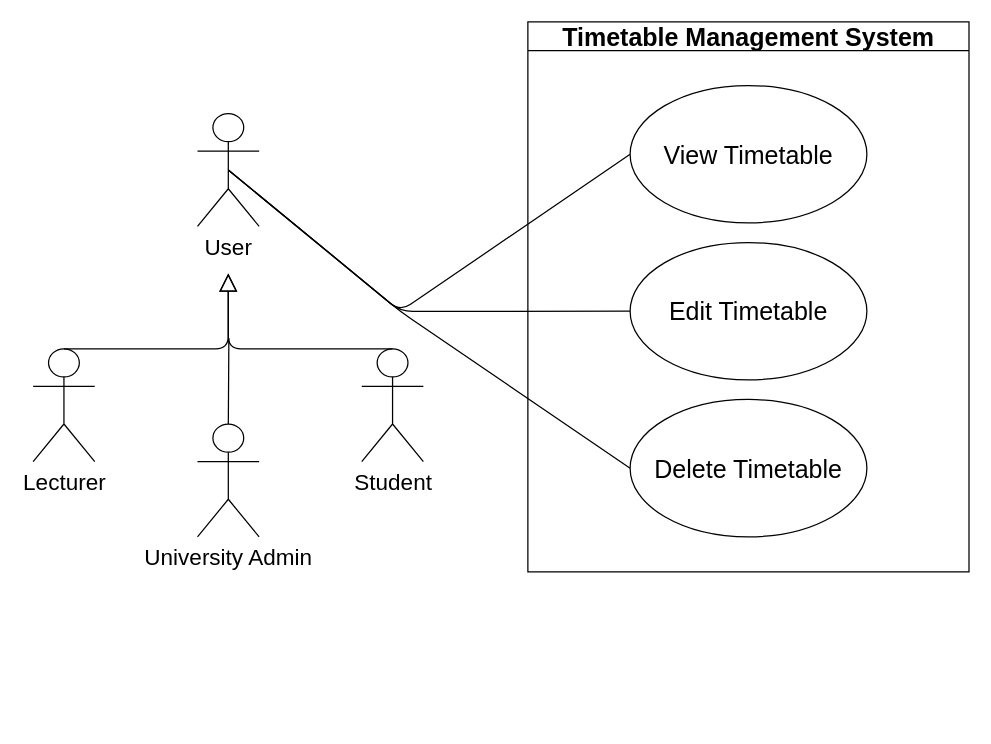
The draw.io diagram page "Timetable Management" (4 of 16) of docs/diagrams/requirements/Requirements.drawio in COS301-SE-2026/UMTAS, before the edit. Source tidied: cells renumbered, new cells numbered last; positions are measured from the earlier drawing's top-left corner, leaving out a move shared by most shapes. Both pictures are drawn from the tidied source at 125%, with x=0, y=0 at pixel (32, 21).
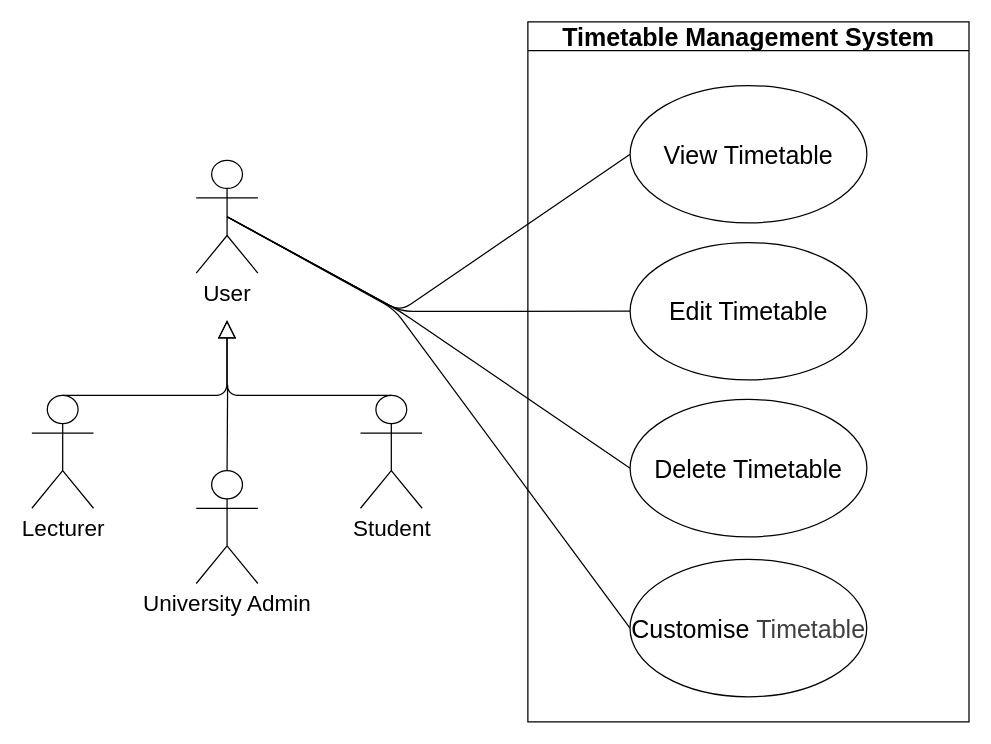
The same diagram, later.

Diff of the diagram source:
```diff
@@
-    <mxCell id="2" style="group;" parent="1" vertex="1">
-      <mxGeometry width="748.8" height="440" as="geometry" />
-    </mxCell>
+    <mxCell id="17" style="group;" parent="1" vertex="1">
+      <mxGeometry x="-1" width="749.8" height="560" as="geometry" />
+    </mxCell>
-    <mxCell id="3" value="&lt;font style=&quot;font-size: 20px;&quot;&gt;Timetable Management System&lt;/font&gt;" style="swimlane;whiteSpace=wrap;html=1;" parent="2" vertex="1">
-      <mxGeometry x="395.8" width="352.9" height="440" as="geometry" />
+    <mxCell id="3" value="&lt;font style=&quot;font-size: 20px;&quot;&gt;Timetable Management System&lt;/font&gt;" style="swimlane;whiteSpace=wrap;html=1;" parent="17" vertex="1">
+      <mxGeometry x="396.8" width="352.9" height="560" as="geometry" />
     </mxCell>
+    <mxCell id="18" value="&lt;font style=&quot;font-size: 20px;&quot;&gt;Customise&amp;nbsp;&lt;/font&gt;&lt;span style=&quot;color: rgb(63, 63, 63); font-size: 20px; background-color: transparent;&quot;&gt;Timetable&lt;/span&gt;" style="ellipse;whiteSpace=wrap;html=1;" parent="3" vertex="1">
+      <mxGeometry x="81.7" y="430" width="189.4" height="109.9" as="geometry" />
+    </mxCell>
-    <mxCell id="4" style="endArrow=none;html=1;exitX=0.5;exitY=0.5;exitDx=0;exitDy=0;exitPerimeter=0;entryX=0;entryY=0.5;entryDx=0;entryDy=0;" parent="2" edge="1" source="6" target="16">
+    <mxCell id="4" style="endArrow=none;html=1;exitX=0.5;exitY=0.5;exitDx=0;exitDy=0;exitPerimeter=0;entryX=0;entryY=0.5;entryDx=0;entryDy=0;" parent="17" edge="1" source="6" target="16">
       <mxGeometry relative="1" as="geometry">
         <Array as="points">
-          <mxPoint x="293.7" y="231.6" />
+          <mxPoint x="294.7" y="231.6" />
         </Array>
       </mxGeometry>
     </mxCell>
-    <mxCell id="5" style="endArrow=none;html=1;exitX=0.5;exitY=0;exitDx=0;exitDy=0;exitPerimeter=0;" parent="2" edge="1" source="8">
+    <mxCell id="5" style="endArrow=none;html=1;exitX=0.5;exitY=0;exitDx=0;exitDy=0;exitPerimeter=0;" parent="17" edge="1" source="8">
       <mxGeometry relative="1" as="geometry">
-        <mxPoint x="156.6" y="252.9" as="targetPoint" />
+        <mxPoint x="156.6" y="290.2" as="targetPoint" />
       </mxGeometry>
     </mxCell>
-    <mxCell id="6" value="&lt;font style=&quot;font-size: 18px;&quot;&gt;User&lt;/font&gt;" style="shape=umlActor;verticalLabelPosition=bottom;verticalAlign=top;html=1;outlineConnect=0;" parent="2" vertex="1">
-      <mxGeometry x="131.5" y="73.3" width="49.3" height="90.3" as="geometry" />
+    <mxCell id="6" value="&lt;font style=&quot;font-size: 18px;&quot;&gt;User&lt;/font&gt;" style="shape=umlActor;verticalLabelPosition=bottom;verticalAlign=top;html=1;outlineConnect=0;" parent="17" vertex="1">
+      <mxGeometry x="131.5" y="110.7" width="49.3" height="90.3" as="geometry" />
     </mxCell>
-    <mxCell id="7" value="&lt;font style=&quot;font-size: 18px;&quot;&gt;Lecturer&lt;/font&gt;" style="shape=umlActor;verticalLabelPosition=bottom;verticalAlign=top;html=1;outlineConnect=0;" parent="2" vertex="1">
-      <mxGeometry y="261.5" width="49.3" height="90.3" as="geometry" />
+    <mxCell id="7" value="&lt;font style=&quot;font-size: 18px;&quot;&gt;Lecturer&lt;/font&gt;" style="shape=umlActor;verticalLabelPosition=bottom;verticalAlign=top;html=1;outlineConnect=0;" parent="17" vertex="1">
+      <mxGeometry y="298.8" width="49.3" height="90.3" as="geometry" />
     </mxCell>
-    <mxCell id="8" value="&lt;font style=&quot;font-size: 18px;&quot;&gt;University Admin&lt;/font&gt;" style="shape=umlActor;verticalLabelPosition=bottom;verticalAlign=top;html=1;outlineConnect=0;" parent="2" vertex="1">
-      <mxGeometry x="131.5" y="321.7" width="49.3" height="90.3" as="geometry" />
+    <mxCell id="8" value="&lt;font style=&quot;font-size: 18px;&quot;&gt;University Admin&lt;/font&gt;" style="shape=umlActor;verticalLabelPosition=bottom;verticalAlign=top;html=1;outlineConnect=0;" parent="17" vertex="1">
+      <mxGeometry x="131.5" y="359" width="49.3" height="90.3" as="geometry" />
     </mxCell>
-    <mxCell id="9" value="&lt;font style=&quot;font-size: 18px;&quot;&gt;Student&lt;/font&gt;" style="shape=umlActor;verticalLabelPosition=bottom;verticalAlign=top;html=1;outlineConnect=0;" parent="2" vertex="1">
-      <mxGeometry x="262.9" y="261.5" width="49.3" height="90.3" as="geometry" />
+    <mxCell id="9" value="&lt;font style=&quot;font-size: 18px;&quot;&gt;Student&lt;/font&gt;" style="shape=umlActor;verticalLabelPosition=bottom;verticalAlign=top;html=1;outlineConnect=0;" parent="17" vertex="1">
+      <mxGeometry x="262.9" y="298.8" width="49.3" height="90.3" as="geometry" />
     </mxCell>
-    <mxCell id="10" style="edgeStyle=none;html=1;endSize=12;endArrow=block;endFill=0;exitX=0.5;exitY=0;exitDx=0;exitDy=0;exitPerimeter=0;" parent="2" edge="1" source="7">
+    <mxCell id="10" style="edgeStyle=none;html=1;endSize=12;endArrow=block;endFill=0;exitX=0.5;exitY=0;exitDx=0;exitDy=0;exitPerimeter=0;" parent="17" edge="1" source="7">
       <mxGeometry relative="1" as="geometry">
-        <mxPoint x="156.1" y="201.3" as="targetPoint" />
+        <mxPoint x="156.1" y="238.6" as="targetPoint" />
         <Array as="points">
-          <mxPoint x="156.1" y="261.5" />
+          <mxPoint x="156.1" y="298.8" />
         </Array>
       </mxGeometry>
     </mxCell>
-    <mxCell id="11" style="edgeStyle=none;html=1;endSize=12;endArrow=block;endFill=0;exitX=0.5;exitY=0;exitDx=0;exitDy=0;exitPerimeter=0;" parent="2" edge="1" source="9">
+    <mxCell id="11" style="edgeStyle=none;html=1;endSize=12;endArrow=block;endFill=0;exitX=0.5;exitY=0;exitDx=0;exitDy=0;exitPerimeter=0;" parent="17" edge="1" source="9">
       <mxGeometry relative="1" as="geometry">
-        <mxPoint x="156.1" y="201.3" as="targetPoint" />
+        <mxPoint x="156.1" y="238.6" as="targetPoint" />
         <Array as="points">
-          <mxPoint x="156.1" y="261.5" />
+          <mxPoint x="156.1" y="298.8" />
         </Array>
       </mxGeometry>
     </mxCell>
-    <mxCell id="12" style="endArrow=none;html=1;exitX=0.5;exitY=0.5;exitDx=0;exitDy=0;exitPerimeter=0;entryX=0;entryY=0.5;entryDx=0;entryDy=0;" parent="2" edge="1" source="6" target="14">
+    <mxCell id="12" style="endArrow=none;html=1;exitX=0.5;exitY=0.5;exitDx=0;exitDy=0;exitPerimeter=0;entryX=0;entryY=0.5;entryDx=0;entryDy=0;" parent="17" edge="1" source="6" target="14">
       <mxGeometry relative="1" as="geometry">
         <Array as="points">
-          <mxPoint x="293.7" y="231.6" />
+          <mxPoint x="294.7" y="231.6" />
         </Array>
       </mxGeometry>
     </mxCell>
-    <mxCell id="13" style="endArrow=none;html=1;exitX=0.5;exitY=0.5;exitDx=0;exitDy=0;exitPerimeter=0;entryX=0;entryY=0.5;entryDx=0;entryDy=0;" parent="2" edge="1" source="6" target="15">
+    <mxCell id="13" style="endArrow=none;html=1;exitX=0.5;exitY=0.5;exitDx=0;exitDy=0;exitPerimeter=0;entryX=0;entryY=0.5;entryDx=0;entryDy=0;" parent="17" edge="1" source="6" target="15">
       <mxGeometry relative="1" as="geometry">
         <Array as="points">
-          <mxPoint x="293.7" y="231.6" />
+          <mxPoint x="294.7" y="231.6" />
         </Array>
       </mxGeometry>
     </mxCell>
-    <mxCell id="14" value="&lt;font style=&quot;font-size: 20px;&quot;&gt;Delete Timetable&lt;/font&gt;" style="ellipse;whiteSpace=wrap;html=1;" parent="2" vertex="1">
-      <mxGeometry x="477.6" y="302.1" width="189.4" height="109.9" as="geometry" />
+    <mxCell id="14" value="&lt;font style=&quot;font-size: 20px;&quot;&gt;Delete Timetable&lt;/font&gt;" style="ellipse;whiteSpace=wrap;html=1;" parent="17" vertex="1">
+      <mxGeometry x="478.6" y="302.1" width="189.4" height="109.9" as="geometry" />
     </mxCell>
-    <mxCell id="15" value="&lt;font style=&quot;font-size: 20px;&quot;&gt;Edit Timetable&lt;/font&gt;" style="ellipse;whiteSpace=wrap;html=1;" parent="2" vertex="1">
-      <mxGeometry x="477.6" y="176.5" width="189.4" height="109.9" as="geometry" />
+    <mxCell id="15" value="&lt;font style=&quot;font-size: 20px;&quot;&gt;Edit Timetable&lt;/font&gt;" style="ellipse;whiteSpace=wrap;html=1;" parent="17" vertex="1">
+      <mxGeometry x="478.6" y="176.5" width="189.4" height="109.9" as="geometry" />
     </mxCell>
-    <mxCell id="16" value="&lt;font style=&quot;font-size: 20px;&quot;&gt;View Timetable&lt;/font&gt;" style="ellipse;whiteSpace=wrap;html=1;" parent="2" vertex="1">
-      <mxGeometry x="477.6" y="50.9" width="189.4" height="109.9" as="geometry" />
+    <mxCell id="16" value="&lt;font style=&quot;font-size: 20px;&quot;&gt;View Timetable&lt;/font&gt;" style="ellipse;whiteSpace=wrap;html=1;" parent="17" vertex="1">
+      <mxGeometry x="478.6" y="50.9" width="189.4" height="109.9" as="geometry" />
     </mxCell>
+    <mxCell id="19" style="endArrow=none;html=1;exitX=0.5;exitY=0.5;exitDx=0;exitDy=0;exitPerimeter=0;entryX=0;entryY=0.5;entryDx=0;entryDy=0;" parent="17" edge="1" source="6" target="18">
+      <mxGeometry relative="1" as="geometry">
+        <Array as="points">
+          <mxPoint x="290" y="230" />
+        </Array>
+      </mxGeometry>
+    </mxCell>
```
